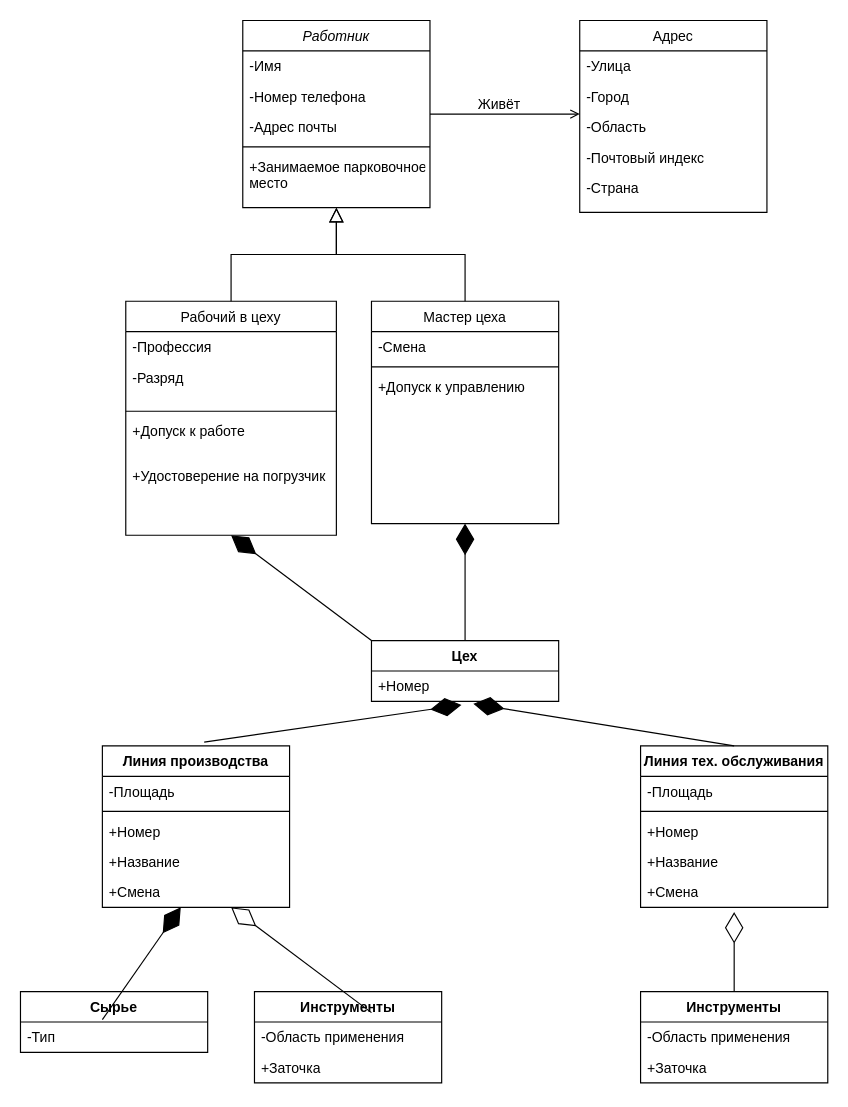
Before: Диаграмма без названия.drawio in carharttpvp/kobiladortaniyana, a draw.io diagram. Source tidied: cells renumbered, new cells numbered last; positions are measured from the earlier drawing's top-left corner, leaving out a move shared by most shapes. Both pictures are drawn from the tidied source at 117%, with x=0, y=0 at pixel (20, 20).
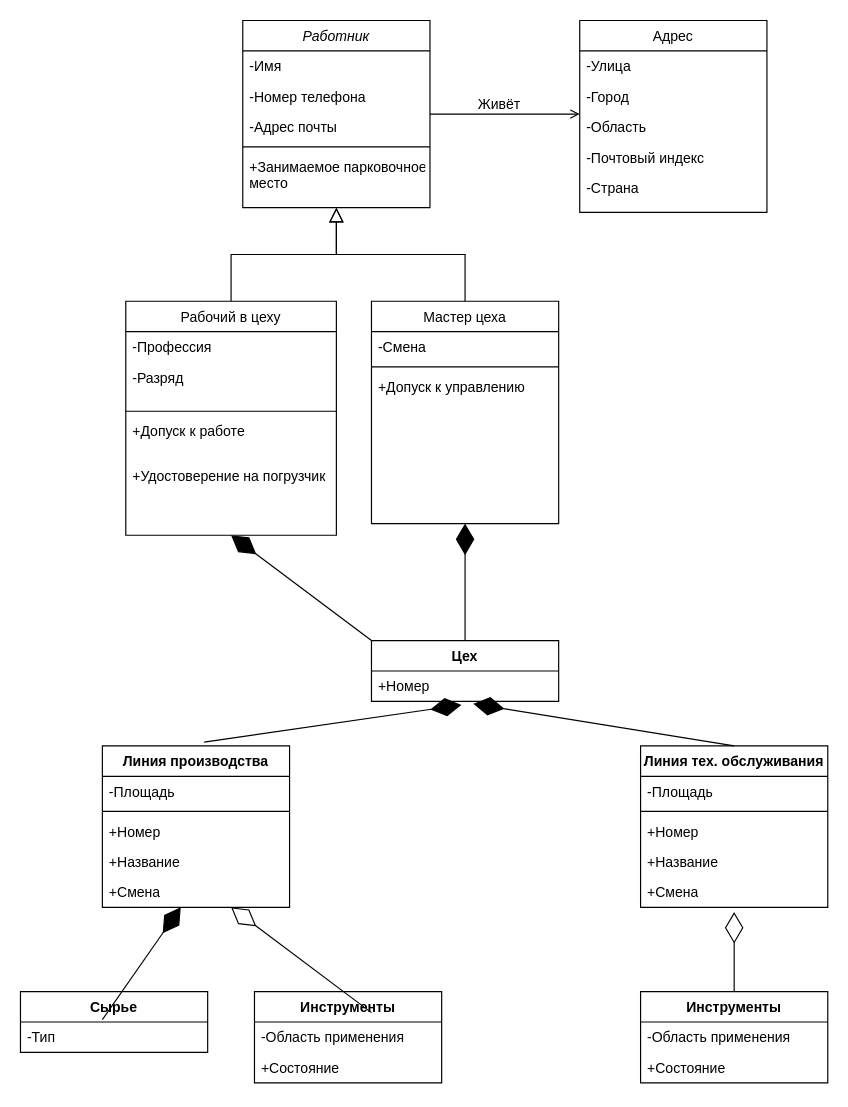
After the change.

Commit message (it also covers changes not shown here):
Новый семестр

Unchanged cells that the change refers to:
```xml
<mxCell id="36" value="Инструменты" style="swimlane;fontStyle=1;align=center;verticalAlign=top;horizontal=1;startSize=26;whiteSpace=wrap;html=1;" parent="1" vertex="1">
  <mxGeometry x="200" y="830" width="160" height="78" as="geometry" />
</mxCell>
<mxCell id="51" value="Инструменты" style="swimlane;fontStyle=1;align=center;verticalAlign=top;horizontal=1;startSize=26;whiteSpace=wrap;html=1;" parent="1" vertex="1">
  <mxGeometry x="530" y="830" width="160" height="78" as="geometry" />
</mxCell>
```

The edit, as a diff of the source:
```diff
@@
-    <mxCell id="38" value="+Заточка" style="text;strokeColor=none;fillColor=none;align=left;verticalAlign=top;spacingLeft=4;spacingRight=4;overflow=hidden;whiteSpace=wrap;html=1;" parent="36" vertex="1">
+    <mxCell id="38" value="+Cостояние" style="text;strokeColor=none;fillColor=none;align=left;verticalAlign=top;spacingLeft=4;spacingRight=4;overflow=hidden;whiteSpace=wrap;html=1;" parent="36" vertex="1">
       <mxGeometry y="52" width="160" height="26" as="geometry" />
     </mxCell>
@@
-    <mxCell id="53" value="+Заточка" style="text;strokeColor=none;fillColor=none;align=left;verticalAlign=top;spacingLeft=4;spacingRight=4;overflow=hidden;whiteSpace=wrap;html=1;" parent="51" vertex="1">
+    <mxCell id="53" value="+Состояние" style="text;strokeColor=none;fillColor=none;align=left;verticalAlign=top;spacingLeft=4;spacingRight=4;overflow=hidden;whiteSpace=wrap;html=1;" parent="51" vertex="1">
       <mxGeometry y="52" width="160" height="26" as="geometry" />
     </mxCell>
```
